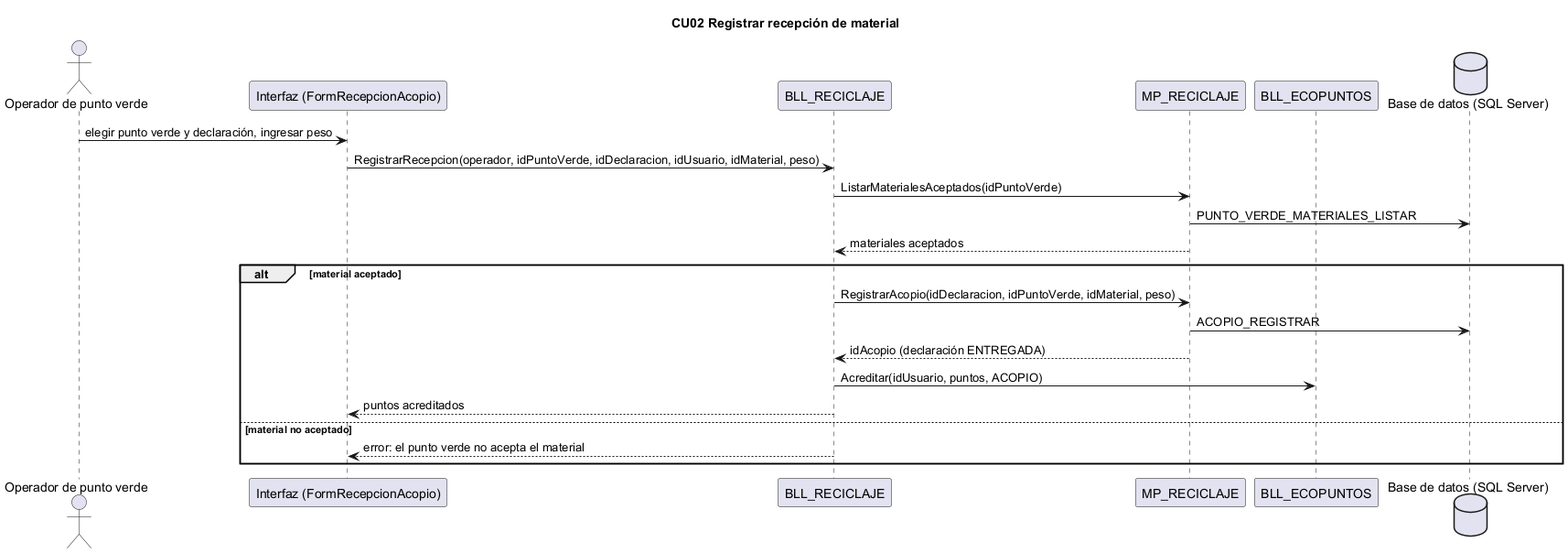
This is docs/diagramas/secuencias_png/CU02.png from L-Muniz/uai-diploma_2026, a PlantUML export, as it was before one commit.
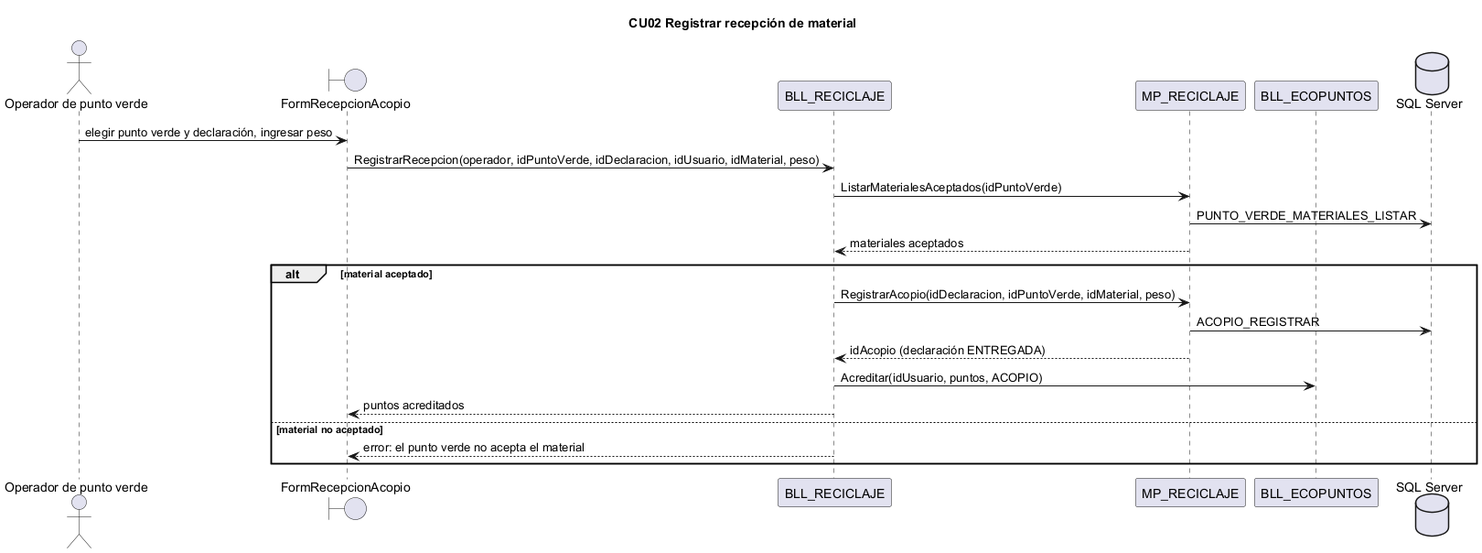
Later version of the same file.

What changed in the source:
```diff
@@ -1,11 +1,11 @@
 @startuml CU02
 title CU02 Registrar recepción de material
 actor "Operador de punto verde" as Op
-participant "Interfaz (FormRecepcionAcopio)" as IU
+boundary "FormRecepcionAcopio" as IU
 participant "BLL_RECICLAJE" as BLL
 participant "MP_RECICLAJE" as DAL
 participant "BLL_ECOPUNTOS" as EP
-database "Base de datos (SQL Server)" as BD
+database "SQL Server" as BD
 Op -> IU : elegir punto verde y declaración, ingresar peso
 IU -> BLL : RegistrarRecepcion(operador, idPuntoVerde, idDeclaracion, idUsuario, idMaterial, peso)
 BLL -> DAL : ListarMaterialesAceptados(idPuntoVerde)
```
